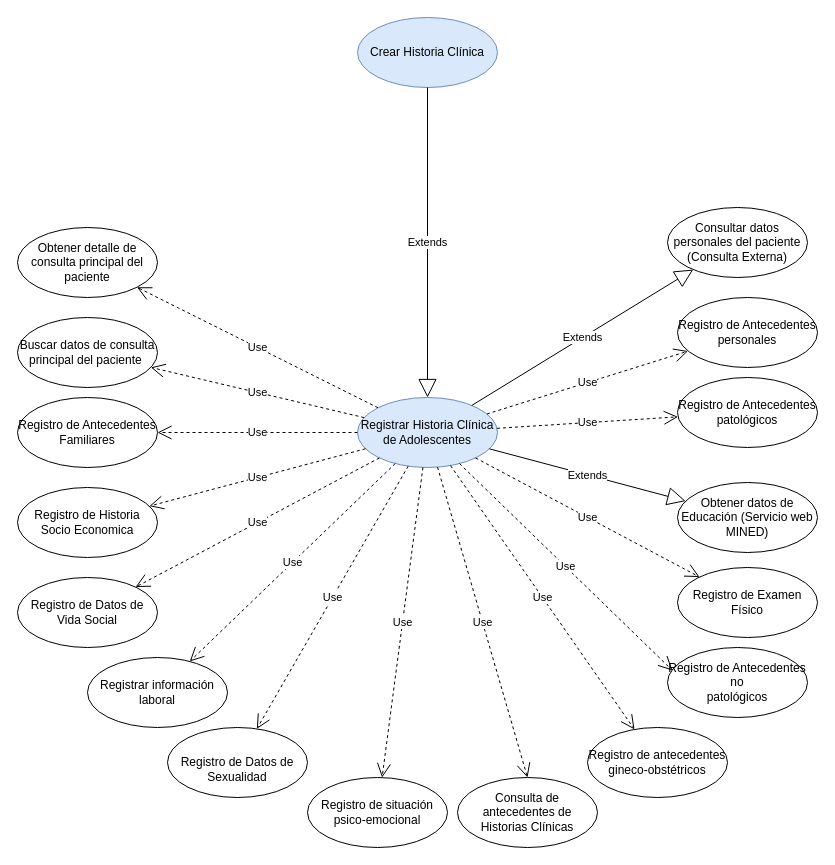
The draw.io diagram page "CU Adolecentes" (6 of 14) of Diagramas de los Módulos.drawio in marguello86/Equipo1_MINSA, before the edit. Source tidied: cells renumbered, new cells numbered last; positions are measured from the earlier drawing's top-left corner, leaving out a move shared by most shapes. Both pictures are drawn from the tidied source at 100%, with x=0, y=0 at pixel (17, 17).
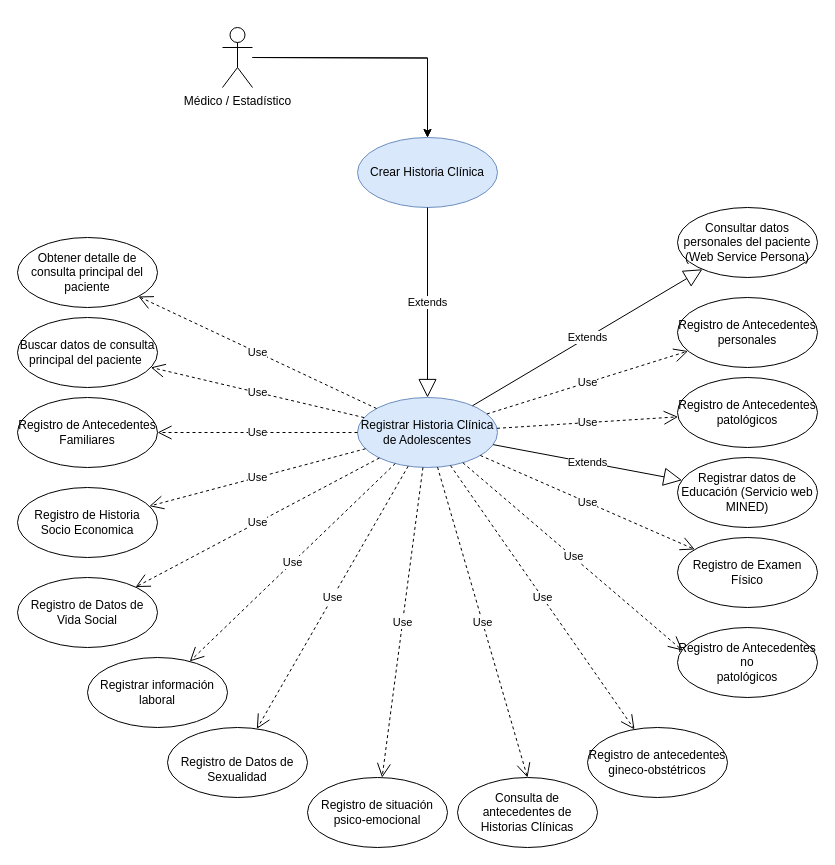
The same diagram, later.

Change to the diagram source:
```diff
@@
     <mxCell id="2" value="Crear Historia Clínica" style="ellipse;whiteSpace=wrap;html=1;fillColor=#dae8fc;strokeColor=#6c8ebf;" parent="1" vertex="1">
-      <mxGeometry x="340" width="140" height="70" as="geometry" />
+      <mxGeometry x="340" y="120" width="140" height="70" as="geometry" />
     </mxCell>
@@
     <mxCell id="7" value="Registro de Antecedentes no &lt;br&gt;patológicos" style="ellipse;whiteSpace=wrap;html=1;" parent="1" vertex="1">
-      <mxGeometry x="650" y="630" width="140" height="70" as="geometry" />
+      <mxGeometry x="660" y="610" width="140" height="70" as="geometry" />
     </mxCell>
@@
     <mxCell id="9" value="Registro de Examen Físico" style="ellipse;whiteSpace=wrap;html=1;" parent="1" vertex="1">
-      <mxGeometry x="660" y="550" width="140" height="70" as="geometry" />
+      <mxGeometry x="660" y="520" width="140" height="70" as="geometry" />
     </mxCell>
-    <mxCell id="10" value="Consultar datos personales del paciente (Consulta Externa)" style="ellipse;whiteSpace=wrap;html=1;" parent="1" vertex="1">
-      <mxGeometry x="650" y="190" width="140" height="70" as="geometry" />
+    <mxCell id="10" value="Consultar datos personales del paciente (Web Service Persona)" style="ellipse;whiteSpace=wrap;html=1;" parent="1" vertex="1">
+      <mxGeometry x="660" y="190" width="140" height="70" as="geometry" />
     </mxCell>
@@
     <mxCell id="12" value="Obtener detalle de consulta principal del paciente" style="ellipse;whiteSpace=wrap;html=1;" parent="1" vertex="1">
-      <mxGeometry y="210" width="140" height="70" as="geometry" />
+      <mxGeometry y="220" width="140" height="70" as="geometry" />
     </mxCell>
-    <mxCell id="13" value="Obtener datos de Educación (Servicio web MINED)" style="ellipse;whiteSpace=wrap;html=1;" parent="1" vertex="1">
-      <mxGeometry x="660" y="465" width="140" height="70" as="geometry" />
+    <mxCell id="13" value="Registrar datos de Educación (Servicio web MINED)" style="ellipse;whiteSpace=wrap;html=1;" parent="1" vertex="1">
+      <mxGeometry x="660" y="440" width="140" height="70" as="geometry" />
     </mxCell>
@@
+    <mxCell id="37" style="edgeStyle=orthogonalEdgeStyle;rounded=0;jettySize=auto;html=1;" parent="1" edge="1" target="2">
+      <mxGeometry relative="1" as="geometry">
+        <mxPoint x="235" y="40" as="sourcePoint" />
+      </mxGeometry>
+    </mxCell>
+    <mxCell id="38" style="edgeStyle=orthogonalEdgeStyle;rounded=0;jettySize=auto;html=1;" parent="1" edge="1" target="2">
+      <mxGeometry relative="1" as="geometry">
+        <mxPoint x="235" y="40" as="sourcePoint" />
+      </mxGeometry>
+    </mxCell>
+    <mxCell id="39" value="Médico / Estadístico" style="shape=umlActor;verticalLabelPosition=bottom;verticalAlign=top;html=1;" parent="1" vertex="1">
+      <mxGeometry x="205" y="10" width="30" height="60" as="geometry" />
+    </mxCell>
```
